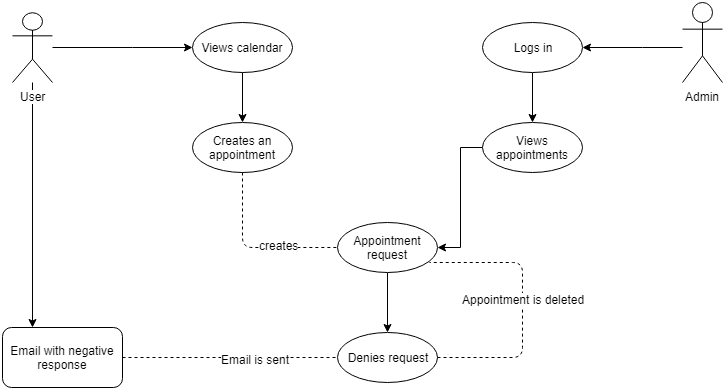
Above: arhitecture/negativeResponse.png in argalex/BikeS (draw.io), before the change. Source tidied: cells renumbered, new cells last; positions are measured from the earlier drawing's top-left corner, leaving out a move shared by most shapes. Its diagram source:
```xml
<mxGraphModel background="#ffffff">
  <root>
    <mxCell id="0" />
    <mxCell id="1" parent="0" />
    <mxCell id="2" style="edgeStyle=orthogonalEdgeStyle;rounded=0;jettySize=auto;html=1;" parent="1" edge="1" source="4" target="8">
      <mxGeometry relative="1" as="geometry">
        <Array as="points">
          <mxPoint x="130" y="45" />
          <mxPoint x="130" y="45" />
        </Array>
      </mxGeometry>
    </mxCell>
    <mxCell id="3" style="edgeStyle=orthogonalEdgeStyle;rounded=0;jettySize=auto;html=1;entryX=0.25;entryY=0;entryDx=0;entryDy=0;" parent="1" edge="1" source="4" target="21">
      <mxGeometry relative="1" as="geometry" />
    </mxCell>
    <mxCell id="4" value="User" style="shape=umlActor;verticalLabelPosition=bottom;labelBackgroundColor=#ffffff;verticalAlign=top;html=1;outlineConnect=0;" parent="1" vertex="1">
      <mxGeometry x="10" y="10" width="40" height="70" as="geometry" />
    </mxCell>
    <mxCell id="5" style="edgeStyle=orthogonalEdgeStyle;rounded=0;jettySize=auto;html=1;entryX=1;entryY=0.5;entryDx=0;entryDy=0;" parent="1" edge="1" source="6" target="11">
      <mxGeometry relative="1" as="geometry">
        <Array as="points">
          <mxPoint x="640" y="45" />
          <mxPoint x="640" y="45" />
        </Array>
      </mxGeometry>
    </mxCell>
    <mxCell id="6" value="Admin" style="shape=umlActor;verticalLabelPosition=bottom;labelBackgroundColor=#ffffff;verticalAlign=top;html=1;outlineConnect=0;" parent="1" vertex="1">
      <mxGeometry x="680" width="40" height="80" as="geometry" />
    </mxCell>
    <mxCell id="7" style="edgeStyle=orthogonalEdgeStyle;rounded=0;jettySize=auto;html=1;entryX=0.5;entryY=0;entryDx=0;entryDy=0;" parent="1" edge="1" source="8" target="9">
      <mxGeometry relative="1" as="geometry" />
    </mxCell>
    <mxCell id="8" value="Views calendar" style="ellipse;whiteSpace=wrap;html=1;" parent="1" vertex="1">
      <mxGeometry x="190" y="20" width="100" height="50" as="geometry" />
    </mxCell>
    <mxCell id="9" value="Creates an appointment" style="ellipse;whiteSpace=wrap;html=1;" parent="1" vertex="1">
      <mxGeometry x="190" y="120" width="100" height="50" as="geometry" />
    </mxCell>
    <mxCell id="10" style="edgeStyle=orthogonalEdgeStyle;rounded=0;jettySize=auto;html=1;entryX=0.5;entryY=0;entryDx=0;entryDy=0;" parent="1" edge="1" source="11" target="15">
      <mxGeometry relative="1" as="geometry" />
    </mxCell>
    <mxCell id="11" value="Logs in" style="ellipse;whiteSpace=wrap;html=1;" parent="1" vertex="1">
      <mxGeometry x="480" y="20" width="100" height="50" as="geometry" />
    </mxCell>
    <mxCell id="12" style="edgeStyle=orthogonalEdgeStyle;rounded=0;jettySize=auto;html=1;" parent="1" edge="1" source="13">
      <mxGeometry relative="1" as="geometry">
        <mxPoint x="385" y="330" as="targetPoint" />
      </mxGeometry>
    </mxCell>
    <mxCell id="13" value="Appointment request" style="ellipse;whiteSpace=wrap;html=1;" parent="1" vertex="1">
      <mxGeometry x="335" y="220" width="100" height="50" as="geometry" />
    </mxCell>
    <mxCell id="14" style="edgeStyle=orthogonalEdgeStyle;rounded=0;jettySize=auto;html=1;entryX=1;entryY=0.5;entryDx=0;entryDy=0;" parent="1" edge="1" source="15" target="13">
      <mxGeometry relative="1" as="geometry" />
    </mxCell>
    <mxCell id="15" value="Views appointments" style="ellipse;whiteSpace=wrap;html=1;" parent="1" vertex="1">
      <mxGeometry x="480" y="120" width="100" height="50" as="geometry" />
    </mxCell>
    <mxCell id="16" style="endArrow=none;dashed=1;html=1;entryX=0;entryY=0.5;entryDx=0;entryDy=0;exitX=0.5;exitY=1;exitDx=0;exitDy=0;" parent="1" edge="1" source="9" target="13">
      <mxGeometry relative="1" as="geometry">
        <Array as="points">
          <mxPoint x="240" y="245" />
        </Array>
      </mxGeometry>
    </mxCell>
    <mxCell id="17" value="creates" style="text;html=1;align=center;verticalAlign=middle;labelBackgroundColor=#ffffff;" parent="16" vertex="1">
      <mxGeometry x="0.31" y="3" relative="1" as="geometry" />
    </mxCell>
    <mxCell id="18" value="Denies request" style="ellipse;whiteSpace=wrap;html=1;" parent="1" vertex="1">
      <mxGeometry x="335" y="330" width="100" height="50" as="geometry" />
    </mxCell>
    <mxCell id="19" style="endArrow=none;dashed=1;html=1;entryX=0;entryY=0.5;entryDx=0;entryDy=0;" parent="1" edge="1" target="18">
      <mxGeometry relative="1" as="geometry">
        <mxPoint x="120" y="355" as="sourcePoint" />
      </mxGeometry>
    </mxCell>
    <mxCell id="20" value="Email is sent" style="text;html=1;align=center;verticalAlign=middle;labelBackgroundColor=#ffffff;" parent="19" vertex="1">
      <mxGeometry x="0.23" y="-1" relative="1" as="geometry" />
    </mxCell>
    <mxCell id="21" value="Email with negative response" style="rounded=1;whiteSpace=wrap;html=1;" parent="1" vertex="1">
      <mxGeometry y="325" width="120" height="60" as="geometry" />
    </mxCell>
    <mxCell id="22" style="endArrow=none;dashed=1;html=1;exitX=1;exitY=0.5;exitDx=0;exitDy=0;entryX=0.92;entryY=0.8;entryDx=0;entryDy=0;entryPerimeter=0;" parent="1" edge="1" source="18" target="13">
      <mxGeometry relative="1" as="geometry">
        <Array as="points">
          <mxPoint x="520" y="355" />
          <mxPoint x="520" y="260" />
        </Array>
      </mxGeometry>
    </mxCell>
    <mxCell id="23" value="Appointment is deleted" style="text;html=1;align=center;verticalAlign=middle;labelBackgroundColor=#ffffff;" parent="22" vertex="1">
      <mxGeometry x="0.05" relative="1" as="geometry" />
    </mxCell>
  </root>
</mxGraphModel>
```
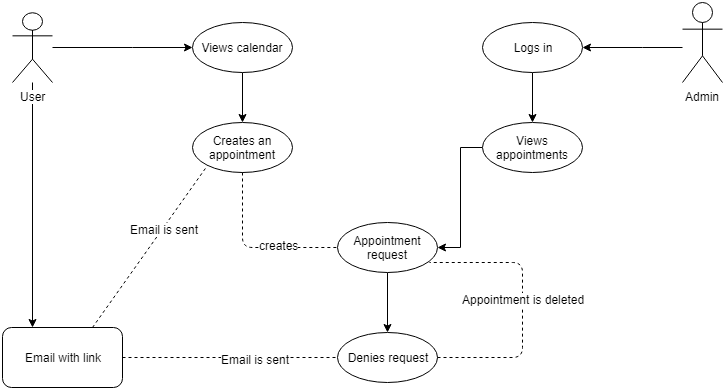
Later version of the same file.

The edit, as a diff of the source:
```diff
@@ -1,4 +1,4 @@
-<mxGraphModel background="#ffffff">
+<mxGraphModel>
   <root>
     <mxCell id="0" />
     <mxCell id="1" parent="0" />
@@ -10,9 +10,9 @@
         </Array>
       </mxGeometry>
     </mxCell>
-    <mxCell id="3" style="edgeStyle=orthogonalEdgeStyle;rounded=0;jettySize=auto;html=1;entryX=0.25;entryY=0;entryDx=0;entryDy=0;" parent="1" edge="1" source="4" target="21">
-      <mxGeometry relative="1" as="geometry" />
-    </mxCell>
+    <mxCell id="24" style="edgeStyle=orthogonalEdgeStyle;rounded=0;jettySize=auto;html=1;entryX=0.25;entryY=0;entryDx=0;entryDy=0;" parent="1" edge="1" source="4" target="28">
+      <mxGeometry relative="1" as="geometry" />
+    </mxCell>
     <mxCell id="4" value="User" style="shape=umlActor;verticalLabelPosition=bottom;labelBackgroundColor=#ffffff;verticalAlign=top;html=1;outlineConnect=0;" parent="1" vertex="1">
       <mxGeometry x="10" y="10" width="40" height="70" as="geometry" />
     </mxCell>
@@ -42,11 +42,11 @@
     <mxCell id="11" value="Logs in" style="ellipse;whiteSpace=wrap;html=1;" parent="1" vertex="1">
       <mxGeometry x="480" y="20" width="100" height="50" as="geometry" />
     </mxCell>
-    <mxCell id="12" style="edgeStyle=orthogonalEdgeStyle;rounded=0;jettySize=auto;html=1;" parent="1" edge="1" source="13">
-      <mxGeometry relative="1" as="geometry">
-        <mxPoint x="385" y="330" as="targetPoint" />
-      </mxGeometry>
-    </mxCell>
+    <mxCell id="25" style="edgeStyle=orthogonalEdgeStyle;rounded=0;jettySize=auto;html=1;" parent="1" edge="1" source="13">
+      <mxGeometry relative="1" as="geometry">
+        <mxPoint x="385" y="330" as="targetPoint" />
+      </mxGeometry>
+    </mxCell>
     <mxCell id="13" value="Appointment request" style="ellipse;whiteSpace=wrap;html=1;" parent="1" vertex="1">
       <mxGeometry x="335" y="220" width="100" height="50" as="geometry" />
     </mxCell>
@@ -69,17 +69,17 @@
     <mxCell id="18" value="Denies request" style="ellipse;whiteSpace=wrap;html=1;" parent="1" vertex="1">
       <mxGeometry x="335" y="330" width="100" height="50" as="geometry" />
     </mxCell>
-    <mxCell id="19" style="endArrow=none;dashed=1;html=1;entryX=0;entryY=0.5;entryDx=0;entryDy=0;" parent="1" edge="1" target="18">
-      <mxGeometry relative="1" as="geometry">
-        <mxPoint x="120" y="355" as="sourcePoint" />
-      </mxGeometry>
-    </mxCell>
-    <mxCell id="20" value="Email is sent" style="text;html=1;align=center;verticalAlign=middle;labelBackgroundColor=#ffffff;" parent="19" vertex="1">
-      <mxGeometry x="0.23" y="-1" relative="1" as="geometry" />
-    </mxCell>
-    <mxCell id="21" value="Email with negative response" style="rounded=1;whiteSpace=wrap;html=1;" parent="1" vertex="1">
-      <mxGeometry y="325" width="120" height="60" as="geometry" />
-    </mxCell>
+    <mxCell id="26" style="endArrow=none;dashed=1;html=1;entryX=0;entryY=0.5;entryDx=0;entryDy=0;" parent="1" edge="1" target="18">
+      <mxGeometry relative="1" as="geometry">
+        <mxPoint x="120" y="355" as="sourcePoint" />
+      </mxGeometry>
+    </mxCell>
+    <mxCell id="27" value="Email is sent" style="text;html=1;align=center;verticalAlign=middle;labelBackgroundColor=#ffffff;" parent="26" vertex="1">
+      <mxGeometry x="0.23" y="-1" relative="1" as="geometry" />
+    </mxCell>
+    <mxCell id="28" value="Email with link" style="rounded=1;whiteSpace=wrap;html=1;" parent="1" vertex="1">
+      <mxGeometry y="325" width="120" height="60" as="geometry" />
+    </mxCell>
     <mxCell id="22" style="endArrow=none;dashed=1;html=1;exitX=1;exitY=0.5;exitDx=0;exitDy=0;entryX=0.92;entryY=0.8;entryDx=0;entryDy=0;entryPerimeter=0;" parent="1" edge="1" source="18" target="13">
       <mxGeometry relative="1" as="geometry">
         <Array as="points">
@@ -91,5 +91,11 @@
     <mxCell id="23" value="Appointment is deleted" style="text;html=1;align=center;verticalAlign=middle;labelBackgroundColor=#ffffff;" parent="22" vertex="1">
       <mxGeometry x="0.05" relative="1" as="geometry" />
     </mxCell>
+    <mxCell id="29" style="endArrow=none;dashed=1;html=1;entryX=0;entryY=1;entryDx=0;entryDy=0;exitX=0.75;exitY=0;exitDx=0;exitDy=0;" parent="1" edge="1" source="28" target="9">
+      <mxGeometry relative="1" as="geometry" />
+    </mxCell>
+    <mxCell id="30" value="Email is sent" style="text;html=1;align=center;verticalAlign=middle;labelBackgroundColor=#ffffff;" parent="29" vertex="1">
+      <mxGeometry x="0.23" y="-1" relative="1" as="geometry" />
+    </mxCell>
   </root>
 </mxGraphModel>
```
